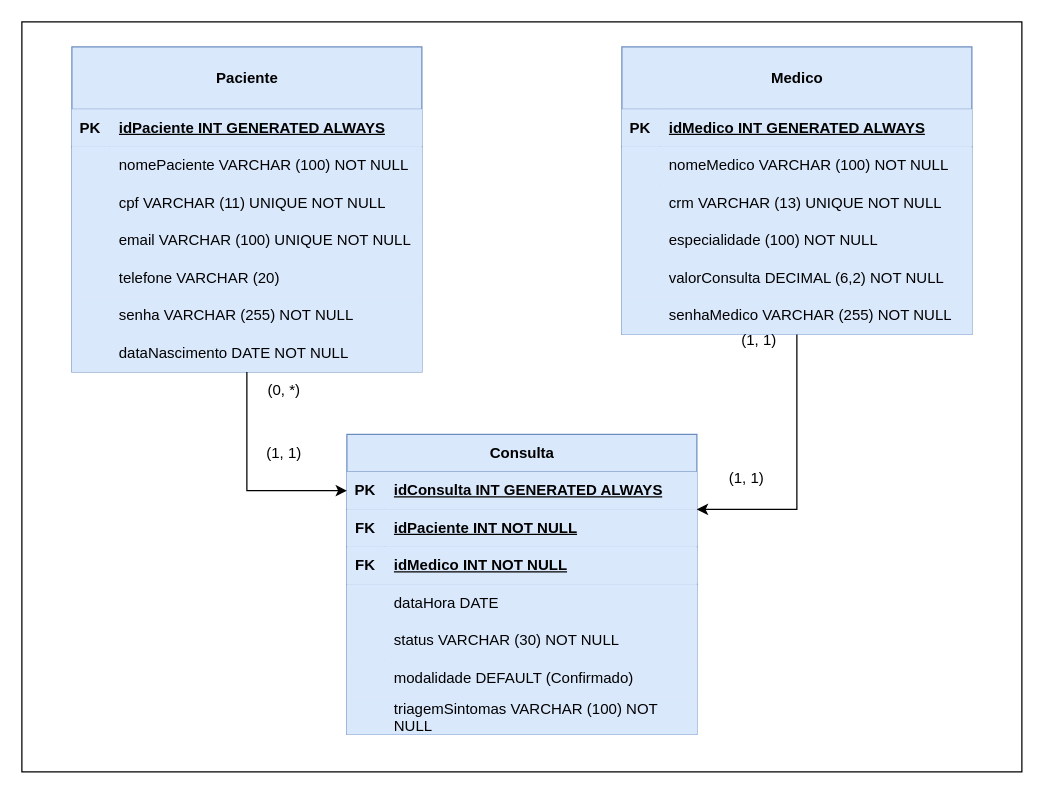
Before: docs/benchmarking/Diagrama-Medflow.drawio in senai-661/FiveBits-backend, a draw.io diagram. Source tidied: cells renumbered, new cells numbered last; positions are measured from the earlier drawing's top-left corner, leaving out a move shared by most shapes. Both pictures are drawn from the tidied source at 125%, with x=0, y=0 at pixel (21, 21).
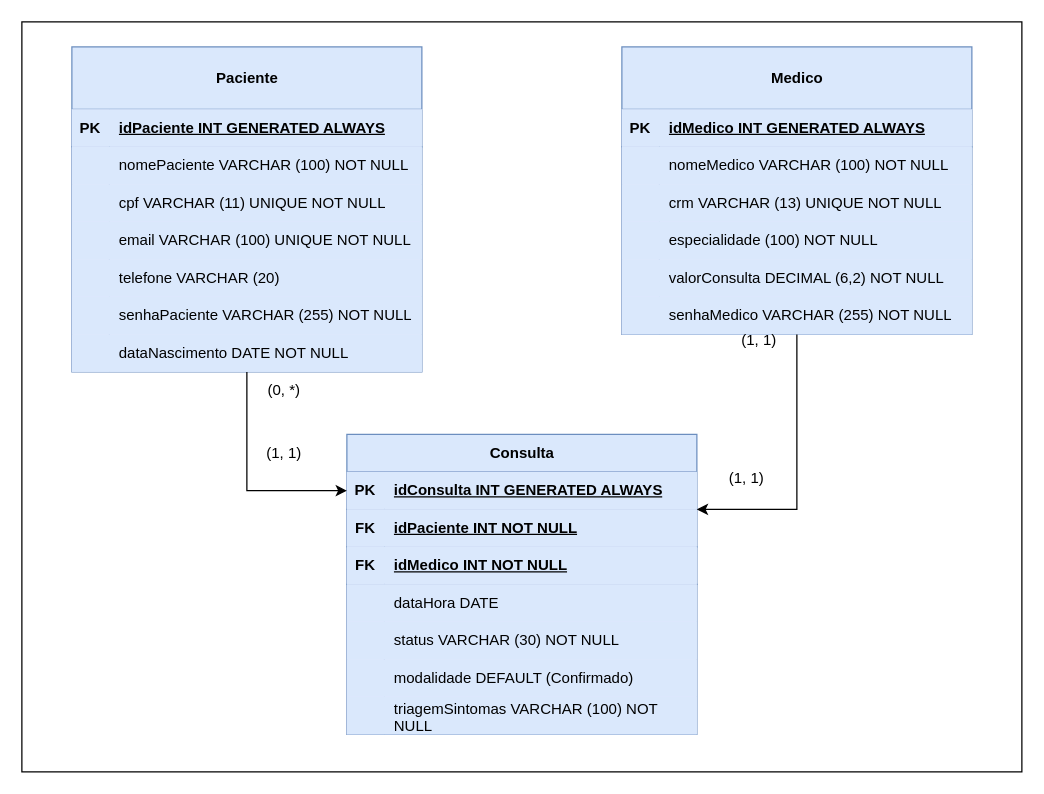
The same diagram, later.

The change refers to these unchanged cells:
```xml
<mxCell id="19" style="shape=tableRow;horizontal=0;startSize=0;swimlaneHead=0;swimlaneBody=0;fillColor=#dae8fc;top=0;left=0;right=0;bottom=0;strokeColor=#6c8ebf;" parent="3" vertex="1">
  <mxGeometry y="200" width="280" height="30" as="geometry" />
</mxCell>
```

Diff of the diagram source:
```diff
@@
-    <mxCell id="21" value="senha VARCHAR (255) NOT NULL" style="shape=partialRectangle;fillColor=#dae8fc;top=0;left=0;bottom=0;right=0;align=left;spacingLeft=6;overflow=hidden;whiteSpace=wrap;html=1;strokeColor=#6c8ebf;" parent="19" vertex="1">
+    <mxCell id="21" value="senhaPaciente VARCHAR (255) NOT NULL" style="shape=partialRectangle;fillColor=#dae8fc;top=0;left=0;bottom=0;right=0;align=left;spacingLeft=6;overflow=hidden;whiteSpace=wrap;html=1;strokeColor=#6c8ebf;" parent="19" vertex="1">
       <mxGeometry x="30" width="250" height="30" as="geometry" />
     </mxCell>
```
